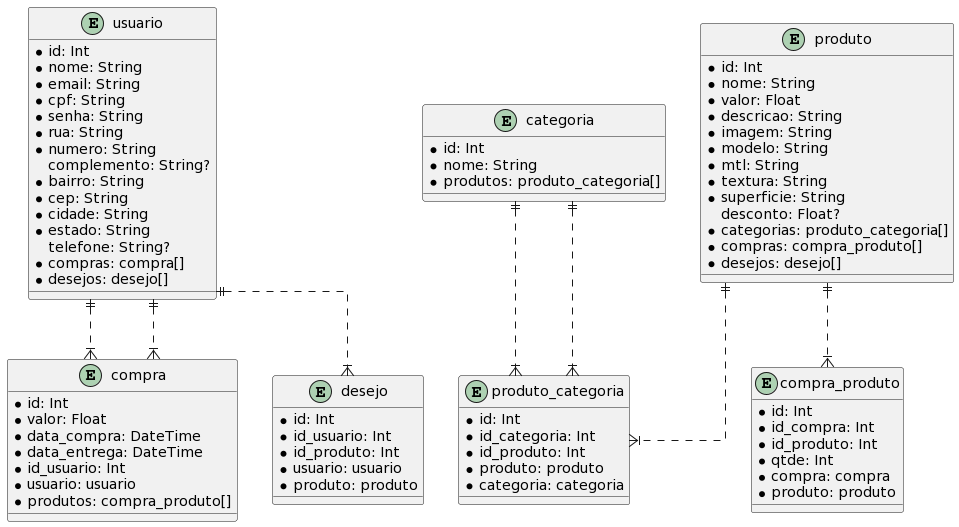
Before: docs/uml.png, a diagram exported from PlantUML (FineMustache/lamaison). The source it was exported from:
```plantuml
@startuml
skinparam linetype ortho

entity usuario {
  * id: Int
  * nome: String
  * email: String
  * cpf: String
  * senha: String
  * rua: String
  * numero: String
  complemento: String?
  * bairro: String
  * cep: String
  * cidade: String
  * estado: String
  telefone: String?
  * compras: compra[]
  * desejos: desejo[]
}

entity categoria {
  * id: Int
  * nome: String
  * produtos: produto_categoria[]
}

entity produto {
  * id: Int
  * nome: String
  * valor: Float
  * descricao: String
  * imagem: String
  * modelo: String
  * mtl: String
  * textura: String
  * superficie: String
  desconto: Float?
  * categorias: produto_categoria[]
  * compras: compra_produto[]
  * desejos: desejo[]
}

entity produto_categoria {
  * id: Int
  * id_categoria: Int
  * id_produto: Int
  * produto: produto
  * categoria: categoria
}

entity compra {
  * id: Int
  * valor: Float
  * data_compra: DateTime
  * data_entrega: DateTime
  * id_usuario: Int
  * usuario: usuario
  * produtos: compra_produto[]
}

entity compra_produto {
  * id: Int
  * id_compra: Int
  * id_produto: Int
  * qtde: Int
  * compra: compra
  * produto: produto
}

entity desejo {
  * id: Int
  * id_usuario: Int
  * id_produto: Int
  * usuario: usuario
  * produto: produto
}

usuario ||..|{ compra
categoria ||..|{ produto_categoria
produto ||..|{ produto_categoria
categoria ||..|{ produto_categoria
usuario ||..|{ compra
produto ||..|{ compra_produto
usuario ||..|{ desejo
@enduml
```
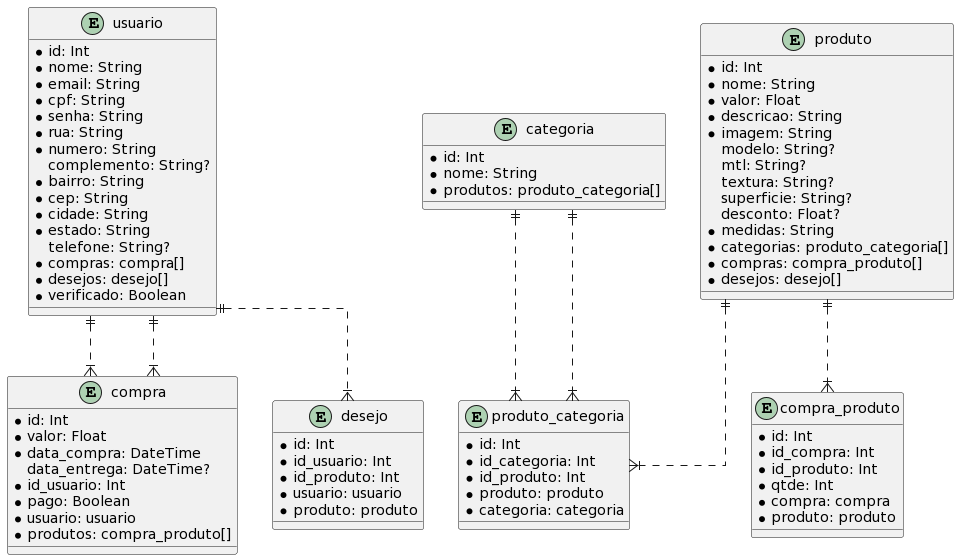
After the change.

Change to the diagram source:
```diff
@@ -17,6 +17,7 @@
   telefone: String?
   * compras: compra[]
   * desejos: desejo[]
+  * verificado: Boolean
 }
 
 entity categoria {
@@ -31,11 +32,12 @@
   * valor: Float
   * descricao: String
   * imagem: String
-  * modelo: String
-  * mtl: String
-  * textura: String
-  * superficie: String
+  modelo: String?
+  mtl: String?
+  textura: String?
+  superficie: String?
   desconto: Float?
+  * medidas: String
   * categorias: produto_categoria[]
   * compras: compra_produto[]
   * desejos: desejo[]
@@ -53,8 +55,9 @@
   * id: Int
   * valor: Float
   * data_compra: DateTime
-  * data_entrega: DateTime
+  data_entrega: DateTime?
   * id_usuario: Int
+  * pago: Boolean
   * usuario: usuario
   * produtos: compra_produto[]
 }
```
